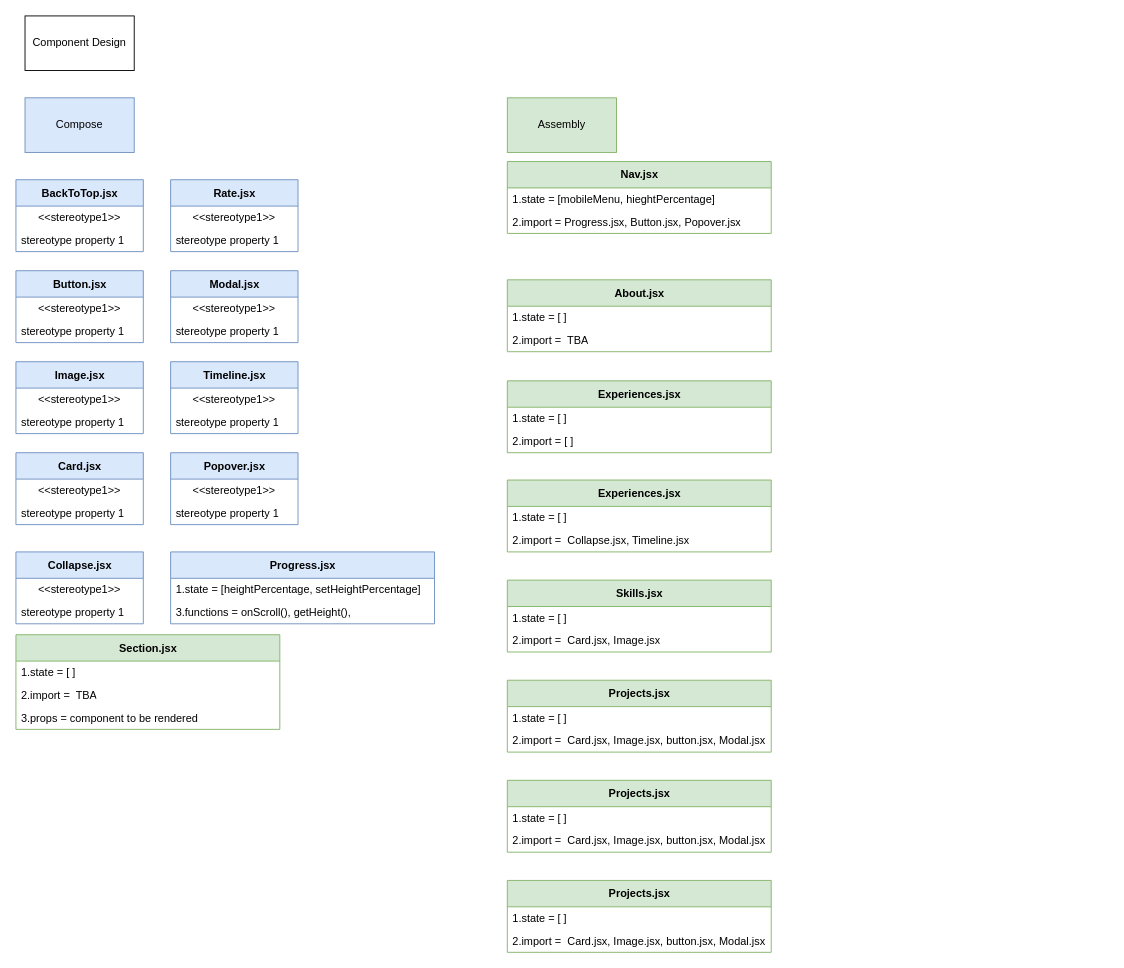
Above: public/component-diagram.drawio in DevArtifacTs/portfolio (draw.io), before the change. Source tidied: cells renumbered, new cells numbered last; positions are measured from the earlier drawing's top-left corner, leaving out a move shared by most shapes. Both pictures are drawn from the tidied source at 91%, with x=0, y=0 at pixel (15, 15).
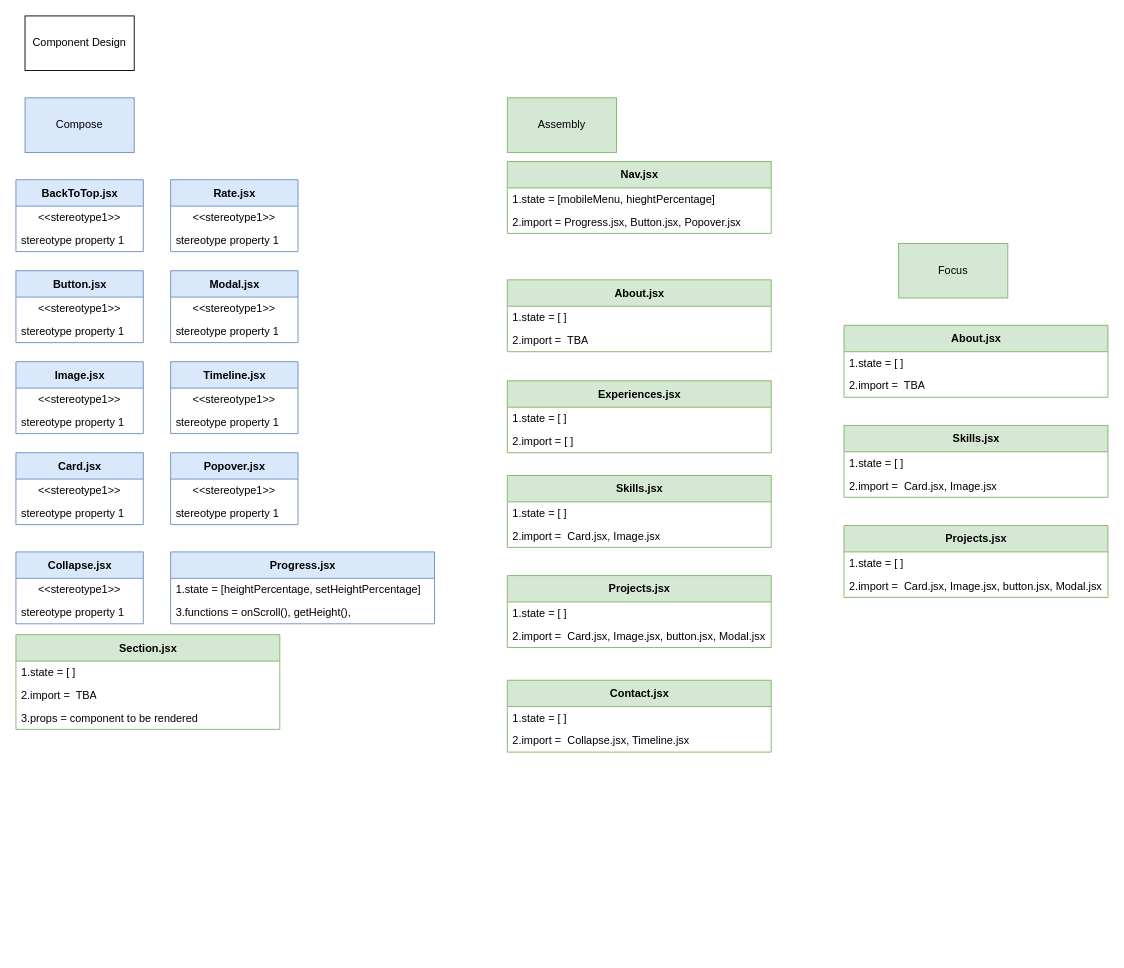
Above is the later version.

The edit, as a diff of the source:
```diff
@@
-    <mxCell id="48" value="Experiences.jsx" style="swimlane;fontStyle=1;align=center;verticalAlign=middle;horizontal=1;startSize=29;html=1;fillColor=#d5e8d4;strokeColor=#82b366;" parent="1" vertex="1">
-      <mxGeometry x="540" y="510" width="290" height="79" as="geometry" />
+    <mxCell id="48" value="Contact.jsx&lt;br&gt;" style="swimlane;fontStyle=1;align=center;verticalAlign=middle;horizontal=1;startSize=29;html=1;fillColor=#d5e8d4;strokeColor=#82b366;" parent="1" vertex="1">
+      <mxGeometry x="540" y="730" width="290" height="79" as="geometry" />
     </mxCell>
@@
     <mxCell id="51" value="Skills.jsx" style="swimlane;fontStyle=1;align=center;verticalAlign=middle;horizontal=1;startSize=29;html=1;fillColor=#d5e8d4;strokeColor=#82b366;" parent="1" vertex="1">
-      <mxGeometry x="540" y="620" width="290" height="79" as="geometry" />
+      <mxGeometry x="540" y="505" width="290" height="79" as="geometry" />
     </mxCell>
@@
     <mxCell id="54" value="Projects.jsx" style="swimlane;fontStyle=1;align=center;verticalAlign=middle;horizontal=1;startSize=29;html=1;fillColor=#d5e8d4;strokeColor=#82b366;" parent="1" vertex="1">
-      <mxGeometry x="540" y="730" width="290" height="79" as="geometry" />
+      <mxGeometry x="540" y="615" width="290" height="79" as="geometry" />
     </mxCell>
@@
-    <mxCell id="57" value="Projects.jsx" style="swimlane;fontStyle=1;align=center;verticalAlign=middle;horizontal=1;startSize=29;html=1;fillColor=#d5e8d4;strokeColor=#82b366;" parent="1" vertex="1">
-      <mxGeometry x="540" y="840" width="290" height="79" as="geometry" />
-    </mxCell>
-    <mxCell id="58" value="1.state = [ ]" style="text;html=1;strokeColor=none;fillColor=none;align=left;verticalAlign=middle;spacingLeft=4;spacingRight=4;overflow=hidden;" parent="57" vertex="1">
-      <mxGeometry y="29" width="290" height="25" as="geometry" />
-    </mxCell>
-    <mxCell id="59" value="2.import =&amp;nbsp; Card.jsx, Image.jsx, button.jsx, Modal.jsx" style="text;html=1;strokeColor=none;fillColor=none;align=left;verticalAlign=middle;spacingLeft=4;spacingRight=4;overflow=hidden;" parent="57" vertex="1">
-      <mxGeometry y="54" width="290" height="25" as="geometry" />
-    </mxCell>
-    <mxCell id="60" value="Projects.jsx" style="swimlane;fontStyle=1;align=center;verticalAlign=middle;horizontal=1;startSize=29;html=1;fillColor=#d5e8d4;strokeColor=#82b366;" parent="1" vertex="1">
-      <mxGeometry x="540" y="950" width="290" height="79" as="geometry" />
-    </mxCell>
-    <mxCell id="61" value="1.state = [ ]" style="text;html=1;strokeColor=none;fillColor=none;align=left;verticalAlign=middle;spacingLeft=4;spacingRight=4;overflow=hidden;" parent="60" vertex="1">
-      <mxGeometry y="29" width="290" height="25" as="geometry" />
-    </mxCell>
-    <mxCell id="62" value="2.import =&amp;nbsp; Card.jsx, Image.jsx, button.jsx, Modal.jsx" style="text;html=1;strokeColor=none;fillColor=none;align=left;verticalAlign=middle;spacingLeft=4;spacingRight=4;overflow=hidden;" parent="60" vertex="1">
-      <mxGeometry y="54" width="290" height="25" as="geometry" />
-    </mxCell>
+    <mxCell id="63" value="About.jsx" style="swimlane;fontStyle=1;align=center;verticalAlign=middle;horizontal=1;startSize=29;html=1;fillColor=#d5e8d4;strokeColor=#82b366;" parent="1" vertex="1">
+      <mxGeometry x="910" y="340" width="290" height="79" as="geometry" />
+    </mxCell>
+    <mxCell id="64" value="1.state = [ ]" style="text;html=1;strokeColor=none;fillColor=none;align=left;verticalAlign=middle;spacingLeft=4;spacingRight=4;overflow=hidden;" parent="63" vertex="1">
+      <mxGeometry y="29" width="290" height="25" as="geometry" />
+    </mxCell>
+    <mxCell id="65" value="2.import =&amp;nbsp; TBA" style="text;html=1;strokeColor=none;fillColor=none;align=left;verticalAlign=middle;spacingLeft=4;spacingRight=4;overflow=hidden;" parent="63" vertex="1">
+      <mxGeometry y="54" width="290" height="25" as="geometry" />
+    </mxCell>
+    <mxCell id="66" value="Skills.jsx" style="swimlane;fontStyle=1;align=center;verticalAlign=middle;horizontal=1;startSize=29;html=1;fillColor=#d5e8d4;strokeColor=#82b366;" parent="1" vertex="1">
+      <mxGeometry x="910" y="450" width="290" height="79" as="geometry" />
+    </mxCell>
+    <mxCell id="67" value="1.state = [ ]" style="text;html=1;strokeColor=none;fillColor=none;align=left;verticalAlign=middle;spacingLeft=4;spacingRight=4;overflow=hidden;" parent="66" vertex="1">
+      <mxGeometry y="29" width="290" height="25" as="geometry" />
+    </mxCell>
+    <mxCell id="68" value="2.import =&amp;nbsp; Card.jsx, Image.jsx" style="text;html=1;strokeColor=none;fillColor=none;align=left;verticalAlign=middle;spacingLeft=4;spacingRight=4;overflow=hidden;" parent="66" vertex="1">
+      <mxGeometry y="54" width="290" height="25" as="geometry" />
+    </mxCell>
+    <mxCell id="69" value="Projects.jsx" style="swimlane;fontStyle=1;align=center;verticalAlign=middle;horizontal=1;startSize=29;html=1;fillColor=#d5e8d4;strokeColor=#82b366;" parent="1" vertex="1">
+      <mxGeometry x="910" y="560" width="290" height="79" as="geometry" />
+    </mxCell>
+    <mxCell id="70" value="1.state = [ ]" style="text;html=1;strokeColor=none;fillColor=none;align=left;verticalAlign=middle;spacingLeft=4;spacingRight=4;overflow=hidden;" parent="69" vertex="1">
+      <mxGeometry y="29" width="290" height="25" as="geometry" />
+    </mxCell>
+    <mxCell id="71" value="2.import =&amp;nbsp; Card.jsx, Image.jsx, button.jsx, Modal.jsx" style="text;html=1;strokeColor=none;fillColor=none;align=left;verticalAlign=middle;spacingLeft=4;spacingRight=4;overflow=hidden;" parent="69" vertex="1">
+      <mxGeometry y="54" width="290" height="25" as="geometry" />
+    </mxCell>
+    <mxCell id="72" value="Focus" style="rounded=0;whiteSpace=wrap;html=1;fillColor=#d5e8d4;strokeColor=#82b366;" parent="1" vertex="1">
+      <mxGeometry x="970" y="250" width="120" height="60" as="geometry" />
+    </mxCell>
```
